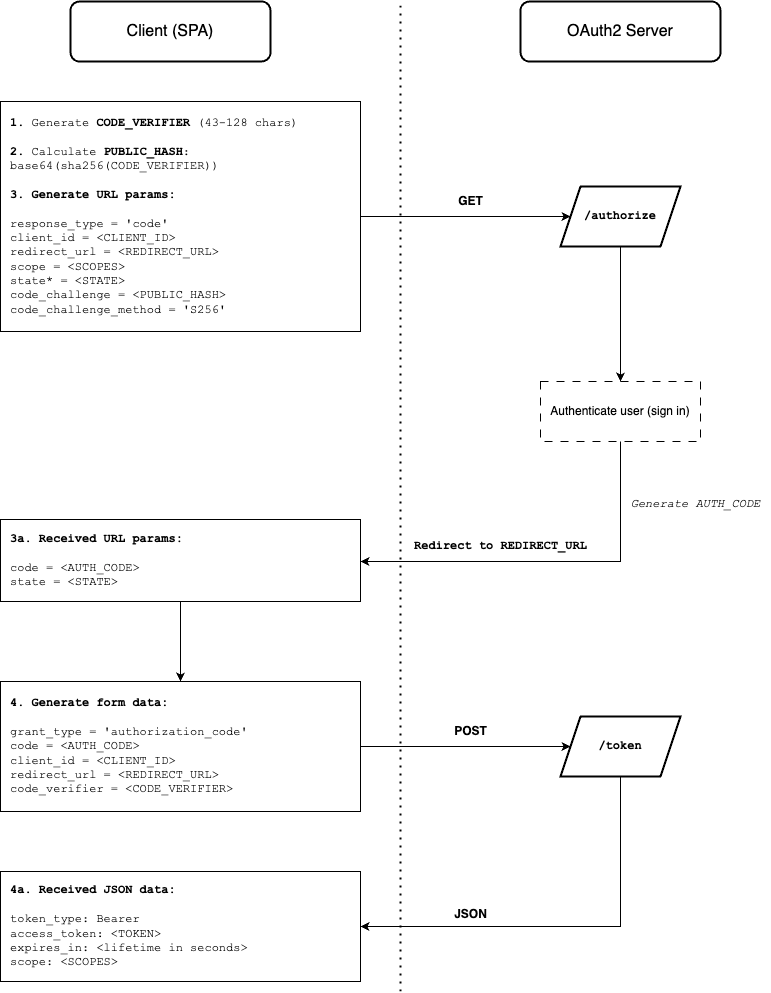
phpway/OneAuth-Server keeps this draw.io diagram as assets/OneAuth_workflow.png. Above is the earlier version. Source tidied: cells renumbered, new cells last; positions are measured from the earlier drawing's top-left corner, leaving out a move shared by most shapes.
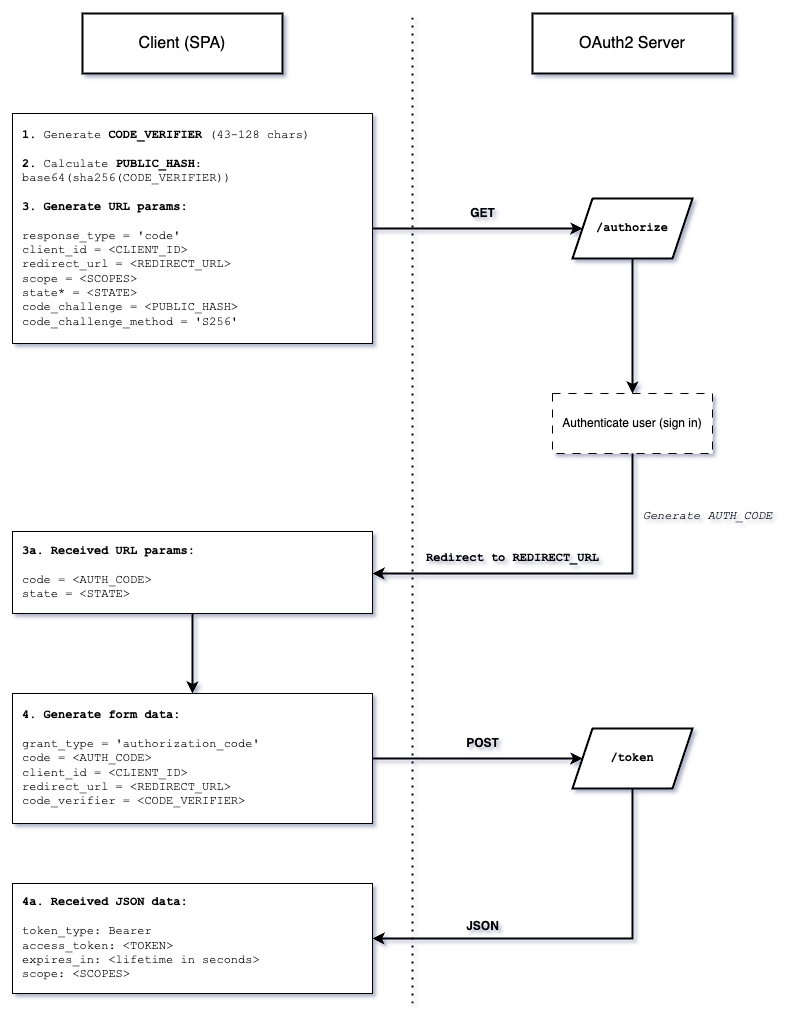
The same diagram one commit later.

Commit message:
Updated flow diagram

What changed in the source:
```diff
@@ -1,29 +1,29 @@
-<mxGraphModel>
+<mxGraphModel shadow="1">
   <root>
     <mxCell id="0" />
     <mxCell id="1" parent="0" />
-    <mxCell id="2" value="Client (SPA)" style="rounded=1;whiteSpace=wrap;html=1;fontSize=16;strokeWidth=2;fontStyle=0;" parent="1" vertex="1">
+    <mxCell id="2" value="Client (SPA)" style="rounded=0;whiteSpace=wrap;html=1;fontSize=16;strokeWidth=2;fontStyle=0;labelBackgroundColor=none;" parent="1" vertex="1">
       <mxGeometry x="70" width="200" height="60" as="geometry" />
     </mxCell>
-    <mxCell id="3" value="OAuth2 Server" style="rounded=1;whiteSpace=wrap;html=1;fontSize=16;strokeWidth=2;fontStyle=0;" parent="1" vertex="1">
+    <mxCell id="3" value="OAuth2 Server" style="rounded=0;whiteSpace=wrap;html=1;fontSize=16;strokeWidth=2;fontStyle=0;labelBackgroundColor=none;" parent="1" vertex="1">
       <mxGeometry x="520" width="200" height="60" as="geometry" />
     </mxCell>
-    <mxCell id="4" value="&lt;div&gt;&lt;b&gt;1.&lt;/b&gt;&amp;nbsp;Generate&amp;nbsp;&lt;b&gt;CODE_VERIFIER&amp;nbsp;&lt;/b&gt;(43-128 chars)&lt;div&gt;&lt;b&gt;&lt;br&gt;&lt;/b&gt;&lt;/div&gt;&lt;div&gt;&lt;b&gt;2.&lt;/b&gt;&amp;nbsp;Calculate&amp;nbsp;&lt;b&gt;PUBLIC_HASH&lt;/b&gt;: base64(sha256(CODE_VERIFIER))&lt;/div&gt;&lt;/div&gt;&lt;div&gt;&lt;b&gt;&lt;br&gt;&lt;/b&gt;&lt;/div&gt;&lt;div&gt;&lt;b&gt;3. Generate URL params:&lt;/b&gt;&lt;/div&gt;&lt;div&gt;&lt;b&gt;&lt;br&gt;&lt;/b&gt;&lt;/div&gt;&lt;div&gt;response_type = 'code'&lt;br&gt;client_id = &amp;lt;CLIENT_ID&amp;gt;&lt;br&gt;redirect_url = &amp;lt;REDIRECT_URL&amp;gt;&lt;br&gt;scope = &amp;lt;SCOPES&amp;gt;&lt;br&gt;state* = &amp;lt;STATE&amp;gt;&lt;br&gt;code_challenge = &amp;lt;PUBLIC_HASH&amp;gt;&lt;br&gt;code_challenge_method = 'S256'&lt;/div&gt;" style="rounded=0;whiteSpace=wrap;html=1;align=left;fontFamily=Courier New;spacingTop=0;spacingLeft=8;" parent="1" vertex="1">
+    <mxCell id="4" value="&lt;div&gt;&lt;b&gt;1.&lt;/b&gt;&amp;nbsp;Generate&amp;nbsp;&lt;b&gt;CODE_VERIFIER&amp;nbsp;&lt;/b&gt;(43-128 chars)&lt;div&gt;&lt;b&gt;&lt;br&gt;&lt;/b&gt;&lt;/div&gt;&lt;div&gt;&lt;b&gt;2.&lt;/b&gt;&amp;nbsp;Calculate&amp;nbsp;&lt;b&gt;PUBLIC_HASH&lt;/b&gt;: base64(sha256(CODE_VERIFIER))&lt;/div&gt;&lt;/div&gt;&lt;div&gt;&lt;b&gt;&lt;br&gt;&lt;/b&gt;&lt;/div&gt;&lt;div&gt;&lt;b&gt;3. Generate URL params:&lt;/b&gt;&lt;/div&gt;&lt;div&gt;&lt;b&gt;&lt;br&gt;&lt;/b&gt;&lt;/div&gt;&lt;div&gt;response_type = 'code'&lt;br&gt;client_id = &amp;lt;CLIENT_ID&amp;gt;&lt;br&gt;redirect_url = &amp;lt;REDIRECT_URL&amp;gt;&lt;br&gt;scope = &amp;lt;SCOPES&amp;gt;&lt;br&gt;state* = &amp;lt;STATE&amp;gt;&lt;br&gt;code_challenge = &amp;lt;PUBLIC_HASH&amp;gt;&lt;br&gt;code_challenge_method = 'S256'&lt;/div&gt;" style="rounded=0;whiteSpace=wrap;html=1;align=left;fontFamily=Courier New;spacingTop=0;spacingLeft=8;labelBackgroundColor=none;" parent="1" vertex="1">
       <mxGeometry y="100" width="360" height="230" as="geometry" />
     </mxCell>
-    <mxCell id="5" value="/authorize" style="shape=parallelogram;perimeter=parallelogramPerimeter;whiteSpace=wrap;html=1;fixedSize=1;fontStyle=1;fontFamily=Courier New;labelBorderColor=none;strokeWidth=2;rounded=0;shadow=0;" parent="1" vertex="1">
+    <mxCell id="5" value="/authorize" style="shape=parallelogram;perimeter=parallelogramPerimeter;whiteSpace=wrap;html=1;fixedSize=1;fontStyle=1;fontFamily=Courier New;labelBorderColor=none;strokeWidth=2;rounded=0;shadow=0;labelBackgroundColor=none;" parent="1" vertex="1">
       <mxGeometry x="560" y="185" width="120" height="60" as="geometry" />
     </mxCell>
-    <mxCell id="6" style="endArrow=classic;html=1;rounded=0;entryX=0;entryY=0.5;entryDx=0;entryDy=0;exitX=1;exitY=0.5;exitDx=0;exitDy=0;" parent="1" edge="1" source="4" target="5">
+    <mxCell id="6" style="endArrow=classic;html=1;rounded=0;entryX=0;entryY=0.5;entryDx=0;entryDy=0;exitX=1;exitY=0.5;exitDx=0;exitDy=0;labelBackgroundColor=none;fontColor=default;strokeWidth=2;" parent="1" edge="1" source="4" target="5">
       <mxGeometry relative="1" as="geometry" />
     </mxCell>
-    <mxCell id="7" value="Authenticate user (sign in)" style="rounded=0;whiteSpace=wrap;html=1;dashed=1;dashPattern=8 8;" parent="1" vertex="1">
+    <mxCell id="7" value="Authenticate user (sign in)" style="rounded=0;whiteSpace=wrap;html=1;dashed=1;dashPattern=8 8;labelBackgroundColor=none;" parent="1" vertex="1">
       <mxGeometry x="540" y="380" width="160" height="60" as="geometry" />
     </mxCell>
-    <mxCell id="8" style="endArrow=classic;html=1;rounded=0;entryX=0.5;entryY=0;entryDx=0;entryDy=0;exitX=0.5;exitY=1;exitDx=0;exitDy=0;" parent="1" edge="1" source="5" target="7">
+    <mxCell id="8" style="endArrow=classic;html=1;rounded=0;entryX=0.5;entryY=0;entryDx=0;entryDy=0;exitX=0.5;exitY=1;exitDx=0;exitDy=0;labelBackgroundColor=none;fontColor=default;strokeWidth=2;" parent="1" edge="1" source="5" target="7">
       <mxGeometry relative="1" as="geometry" />
     </mxCell>
-    <mxCell id="9" style="endArrow=classic;html=1;rounded=0;exitX=0.5;exitY=1;exitDx=0;exitDy=0;" parent="1" edge="1" source="7">
+    <mxCell id="9" style="endArrow=classic;html=1;rounded=0;exitX=0.5;exitY=1;exitDx=0;exitDy=0;labelBackgroundColor=none;fontColor=default;strokeWidth=2;" parent="1" edge="1" source="7">
       <mxGeometry relative="1" as="geometry">
         <mxPoint x="360" y="560" as="targetPoint" />
         <Array as="points">
@@ -31,50 +31,50 @@
         </Array>
       </mxGeometry>
     </mxCell>
-    <mxCell id="10" value="&lt;font&gt;Generate AUTH_CODE&lt;/font&gt;" style="text;html=1;align=center;verticalAlign=middle;strokeColor=none;fillColor=none;fontFamily=Courier New;fontStyle=2;" parent="1" vertex="1">
+    <mxCell id="10" value="&lt;font&gt;Generate AUTH_CODE&lt;/font&gt;" style="text;html=1;align=center;verticalAlign=middle;strokeColor=none;fillColor=none;fontFamily=Courier New;fontStyle=2;labelBackgroundColor=none;rounded=0;" parent="1" vertex="1">
       <mxGeometry x="620" y="488" width="150" height="30" as="geometry" />
     </mxCell>
-    <mxCell id="11" value="Redirect to REDIRECT_URL" style="text;html=1;align=center;verticalAlign=middle;strokeColor=none;fillColor=none;fontFamily=Courier New;fontStyle=1;" parent="1" vertex="1">
+    <mxCell id="11" value="Redirect to REDIRECT_URL" style="text;html=1;align=center;verticalAlign=middle;strokeColor=none;fillColor=none;fontFamily=Courier New;fontStyle=1;labelBackgroundColor=none;rounded=0;" parent="1" vertex="1">
       <mxGeometry x="400" y="530" width="200" height="30" as="geometry" />
     </mxCell>
-    <mxCell id="12" value="&lt;div&gt;&lt;b&gt;3a. Received URL params:&lt;/b&gt;&lt;/div&gt;&lt;div&gt;&lt;br&gt;&lt;/div&gt;&lt;div&gt;code = &amp;lt;AUTH_CODE&amp;gt;&lt;br&gt;state = &amp;lt;STATE&amp;gt;&lt;br&gt;&lt;/div&gt;" style="rounded=0;whiteSpace=wrap;html=1;align=left;fontFamily=Courier New;spacingTop=0;spacingLeft=8;" parent="1" vertex="1">
+    <mxCell id="12" value="&lt;div&gt;&lt;b&gt;3a. Received URL params:&lt;/b&gt;&lt;/div&gt;&lt;div&gt;&lt;br&gt;&lt;/div&gt;&lt;div&gt;code = &amp;lt;AUTH_CODE&amp;gt;&lt;br&gt;state = &amp;lt;STATE&amp;gt;&lt;br&gt;&lt;/div&gt;" style="rounded=0;whiteSpace=wrap;html=1;align=left;fontFamily=Courier New;spacingTop=0;spacingLeft=8;labelBackgroundColor=none;" parent="1" vertex="1">
       <mxGeometry y="518" width="360" height="82" as="geometry" />
     </mxCell>
-    <mxCell id="13" value="&lt;div&gt;&lt;b&gt;4. Generate form data:&lt;/b&gt;&lt;/div&gt;&lt;div&gt;&lt;br&gt;&lt;/div&gt;&lt;div&gt;grant_type = 'authorization_code'&lt;/div&gt;&lt;div&gt;code = &amp;lt;AUTH_CODE&amp;gt;&lt;br&gt;client_id = &amp;lt;CLIENT_ID&amp;gt;&lt;br&gt;redirect_url = &amp;lt;REDIRECT_URL&amp;gt;&lt;br&gt;code_verifier = &amp;lt;CODE_VERIFIER&amp;gt;&lt;br&gt;&lt;/div&gt;" style="rounded=0;whiteSpace=wrap;html=1;align=left;fontFamily=Courier New;spacingTop=0;spacingLeft=8;" parent="1" vertex="1">
+    <mxCell id="13" value="&lt;div&gt;&lt;b&gt;4. Generate form data:&lt;/b&gt;&lt;/div&gt;&lt;div&gt;&lt;br&gt;&lt;/div&gt;&lt;div&gt;grant_type = 'authorization_code'&lt;/div&gt;&lt;div&gt;code = &amp;lt;AUTH_CODE&amp;gt;&lt;br&gt;client_id = &amp;lt;CLIENT_ID&amp;gt;&lt;br&gt;redirect_url = &amp;lt;REDIRECT_URL&amp;gt;&lt;br&gt;code_verifier = &amp;lt;CODE_VERIFIER&amp;gt;&lt;br&gt;&lt;/div&gt;" style="rounded=0;whiteSpace=wrap;html=1;align=left;fontFamily=Courier New;spacingTop=0;spacingLeft=8;labelBackgroundColor=none;" parent="1" vertex="1">
       <mxGeometry y="680" width="360" height="130" as="geometry" />
     </mxCell>
-    <mxCell id="14" style="endArrow=classic;html=1;rounded=0;exitX=0.5;exitY=1;exitDx=0;exitDy=0;entryX=0.5;entryY=0;entryDx=0;entryDy=0;" parent="1" edge="1" source="12" target="13">
+    <mxCell id="14" style="endArrow=classic;html=1;rounded=0;exitX=0.5;exitY=1;exitDx=0;exitDy=0;entryX=0.5;entryY=0;entryDx=0;entryDy=0;labelBackgroundColor=none;fontColor=default;strokeWidth=2;" parent="1" edge="1" source="12" target="13">
       <mxGeometry relative="1" as="geometry" />
     </mxCell>
-    <mxCell id="15" value="/token" style="shape=parallelogram;perimeter=parallelogramPerimeter;whiteSpace=wrap;html=1;fixedSize=1;fontStyle=1;fontFamily=Courier New;labelBorderColor=none;strokeWidth=2;rounded=0;shadow=0;" parent="1" vertex="1">
+    <mxCell id="15" value="/token" style="shape=parallelogram;perimeter=parallelogramPerimeter;whiteSpace=wrap;html=1;fixedSize=1;fontStyle=1;fontFamily=Courier New;labelBorderColor=none;strokeWidth=2;rounded=0;shadow=0;labelBackgroundColor=none;" parent="1" vertex="1">
       <mxGeometry x="560" y="715" width="120" height="60" as="geometry" />
     </mxCell>
-    <mxCell id="16" style="endArrow=classic;html=1;rounded=0;exitX=1;exitY=0.5;exitDx=0;exitDy=0;entryX=0;entryY=0.5;entryDx=0;entryDy=0;" parent="1" edge="1" source="13" target="15">
+    <mxCell id="16" style="endArrow=classic;html=1;rounded=0;exitX=1;exitY=0.5;exitDx=0;exitDy=0;entryX=0;entryY=0.5;entryDx=0;entryDy=0;labelBackgroundColor=none;fontColor=default;strokeWidth=2;" parent="1" edge="1" source="13" target="15">
       <mxGeometry relative="1" as="geometry" />
     </mxCell>
-    <mxCell id="17" value="POST" style="text;html=1;align=center;verticalAlign=middle;strokeColor=none;fillColor=none;fontStyle=1;" parent="1" vertex="1">
+    <mxCell id="17" value="POST" style="text;html=1;align=center;verticalAlign=middle;strokeColor=none;fillColor=none;fontStyle=1;labelBackgroundColor=none;rounded=0;" parent="1" vertex="1">
       <mxGeometry x="440" y="715" width="60" height="30" as="geometry" />
     </mxCell>
-    <mxCell id="18" value="&lt;div&gt;&lt;b&gt;4a. Received JSON data:&lt;/b&gt;&lt;/div&gt;&lt;div&gt;&lt;br&gt;&lt;/div&gt;&lt;div&gt;token_type: Bearer&lt;br&gt;access_token: &amp;lt;TOKEN&amp;gt;&lt;/div&gt;&lt;div&gt;expires_in: &amp;lt;lifetime in seconds&amp;gt;&lt;/div&gt;&lt;div&gt;scope: &amp;lt;SCOPES&amp;gt;&lt;/div&gt;" style="rounded=0;whiteSpace=wrap;html=1;align=left;fontFamily=Courier New;spacingTop=0;spacingLeft=8;" parent="1" vertex="1">
+    <mxCell id="18" value="&lt;div&gt;&lt;b&gt;4a. Received JSON data:&lt;/b&gt;&lt;/div&gt;&lt;div&gt;&lt;br&gt;&lt;/div&gt;&lt;div&gt;token_type: Bearer&lt;br&gt;access_token: &amp;lt;TOKEN&amp;gt;&lt;/div&gt;&lt;div&gt;expires_in: &amp;lt;lifetime in seconds&amp;gt;&lt;/div&gt;&lt;div&gt;scope: &amp;lt;SCOPES&amp;gt;&lt;/div&gt;" style="rounded=0;whiteSpace=wrap;html=1;align=left;fontFamily=Courier New;spacingTop=0;spacingLeft=8;labelBackgroundColor=none;" parent="1" vertex="1">
       <mxGeometry y="870" width="360" height="110" as="geometry" />
     </mxCell>
-    <mxCell id="19" style="endArrow=classic;html=1;rounded=0;exitX=0.5;exitY=1;exitDx=0;exitDy=0;entryX=1;entryY=0.5;entryDx=0;entryDy=0;" parent="1" edge="1" source="15" target="18">
+    <mxCell id="19" style="endArrow=classic;html=1;rounded=0;exitX=0.5;exitY=1;exitDx=0;exitDy=0;entryX=1;entryY=0.5;entryDx=0;entryDy=0;labelBackgroundColor=none;fontColor=default;strokeWidth=2;" parent="1" edge="1" source="15" target="18">
       <mxGeometry relative="1" as="geometry">
         <Array as="points">
           <mxPoint x="620" y="925" />
         </Array>
       </mxGeometry>
     </mxCell>
-    <mxCell id="20" value="JSON" style="text;html=1;align=center;verticalAlign=middle;strokeColor=none;fillColor=none;fontStyle=1;" parent="1" vertex="1">
+    <mxCell id="20" value="JSON" style="text;html=1;align=center;verticalAlign=middle;strokeColor=none;fillColor=none;fontStyle=1;labelBackgroundColor=none;rounded=0;" parent="1" vertex="1">
       <mxGeometry x="440" y="898" width="60" height="30" as="geometry" />
     </mxCell>
-    <mxCell id="21" style="endArrow=none;dashed=1;html=1;dashPattern=1 3;strokeWidth=2;rounded=0;" parent="1" edge="1">
+    <mxCell id="21" style="endArrow=none;dashed=1;html=1;dashPattern=1 3;strokeWidth=2;rounded=0;labelBackgroundColor=none;fontColor=default;" parent="1" edge="1">
       <mxGeometry relative="1" as="geometry">
         <mxPoint x="400" y="990" as="sourcePoint" />
         <mxPoint x="400" as="targetPoint" />
       </mxGeometry>
     </mxCell>
-    <mxCell id="22" value="GET" style="text;html=1;align=center;verticalAlign=middle;strokeColor=none;fillColor=none;fontStyle=1;" parent="1" vertex="1">
+    <mxCell id="22" value="GET" style="text;html=1;align=center;verticalAlign=middle;strokeColor=none;fillColor=none;fontStyle=1;labelBackgroundColor=none;rounded=0;" parent="1" vertex="1">
       <mxGeometry x="445" y="185" width="50" height="30" as="geometry" />
     </mxCell>
   </root>
```
